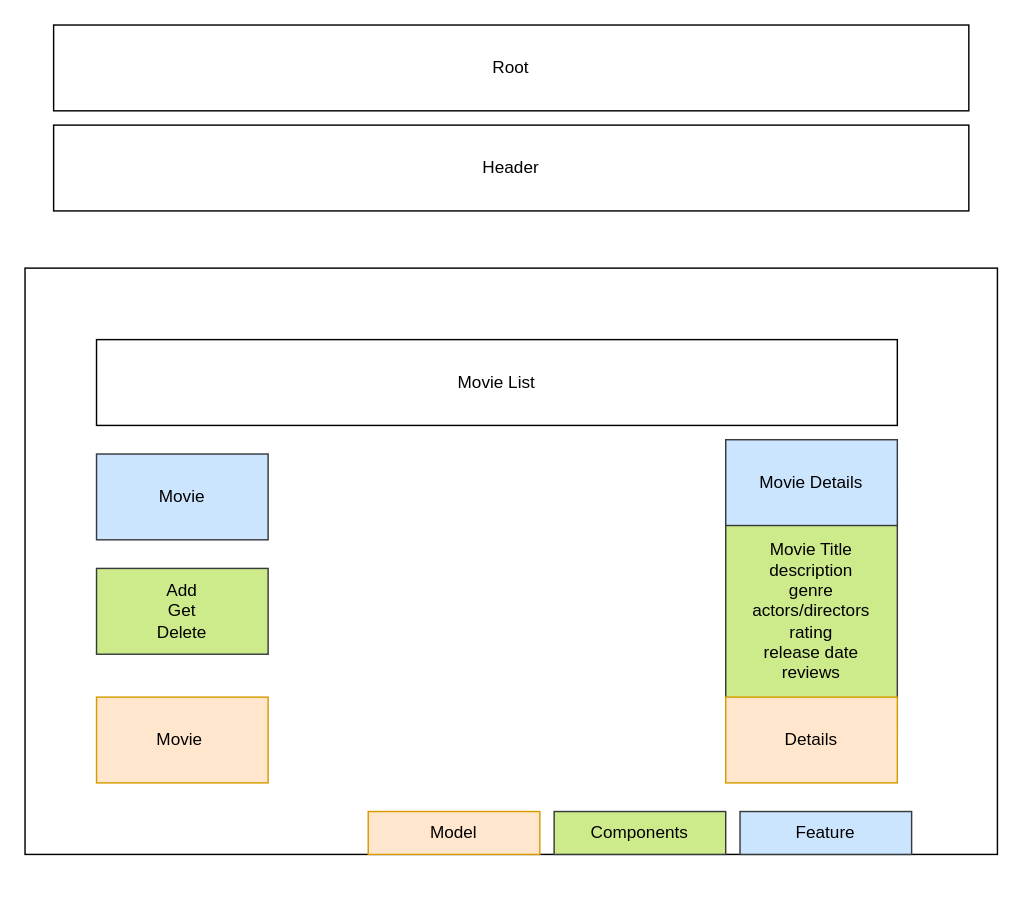
The draw.io diagram Untitled Diagram.drawio in HCH270/movie-app-diagram-5.6.21, before the edit. Source tidied: cells renumbered, new cells numbered last; positions are measured from the earlier drawing's top-left corner, leaving out a move shared by most shapes. Both pictures are drawn from the tidied source at 143%, with x=0, y=0 at pixel (24, 24).
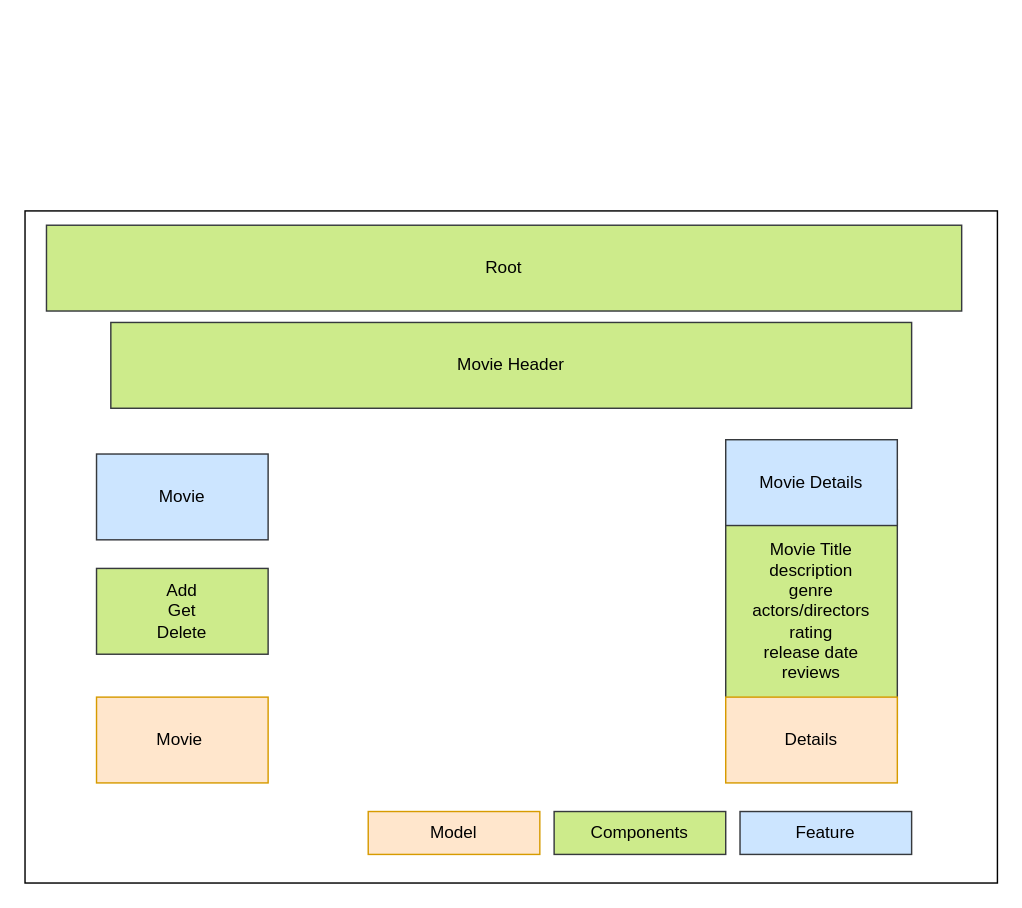
After the change.

What changed in the source:
```diff
@@
 <mxGraphModel>
   <root>
     <mxCell id="0" />
     <mxCell id="1" parent="0" />
-    <mxCell id="2" value="Root" style="rounded=0;whiteSpace=wrap;html=1;" parent="1" vertex="1">
-      <mxGeometry x="20" width="640" height="60" as="geometry" />
-    </mxCell>
     <mxCell id="3" style="rounded=0;whiteSpace=wrap;html=1;" parent="1" vertex="1">
       <mxGeometry x="270" y="250" width="120" height="60" as="geometry" />
     </mxCell>
     <mxCell id="4" style="rounded=0;whiteSpace=wrap;html=1;" parent="1" vertex="1">
-      <mxGeometry y="170" width="680" height="410" as="geometry" />
+      <mxGeometry y="130" width="680" height="470" as="geometry" />
     </mxCell>
-    <mxCell id="5" value="Movie List" style="rounded=0;whiteSpace=wrap;html=1;" parent="1" vertex="1">
-      <mxGeometry x="50" y="220" width="560" height="60" as="geometry" />
+    <mxCell id="5" value="Movie Header" style="rounded=0;whiteSpace=wrap;html=1;fillColor=#cdeb8b;strokeColor=#36393d;" parent="1" vertex="1">
+      <mxGeometry x="60" y="208" width="560" height="60" as="geometry" />
     </mxCell>
-    <mxCell id="6" value="Header" style="rounded=0;whiteSpace=wrap;html=1;" parent="1" vertex="1">
-      <mxGeometry x="20" y="70" width="640" height="60" as="geometry" />
-    </mxCell>
     <mxCell id="7" value="Movie" style="rounded=0;whiteSpace=wrap;html=1;fillColor=#cce5ff;strokeColor=#36393d;" parent="1" vertex="1">
       <mxGeometry x="50" y="300" width="120" height="60" as="geometry" />
     </mxCell>
     <mxCell id="8" value="Add&lt;br&gt;Get&lt;br&gt;Delete&lt;br&gt;" style="rounded=0;whiteSpace=wrap;html=1;fillColor=#cdeb8b;strokeColor=#36393d;" parent="1" vertex="1">
       <mxGeometry x="50" y="380" width="120" height="60" as="geometry" />
     </mxCell>
     <mxCell id="9" value="Movie Title&lt;br&gt;description&lt;br&gt;genre&lt;br&gt;actors/directors&lt;br&gt;rating&lt;br&gt;release date&lt;br&gt;reviews" style="rounded=0;whiteSpace=wrap;html=1;fillColor=#cdeb8b;strokeColor=#36393d;" parent="1" vertex="1">
       <mxGeometry x="490" y="325" width="120" height="170" as="geometry" />
     </mxCell>
     <mxCell id="10" value="Movie Details" style="rounded=0;whiteSpace=wrap;html=1;fillColor=#cce5ff;strokeColor=#36393d;" parent="1" vertex="1">
       <mxGeometry x="490" y="290" width="120" height="60" as="geometry" />
     </mxCell>
     <mxCell id="11" value="Movie&amp;nbsp;" style="rounded=0;whiteSpace=wrap;html=1;fillColor=#ffe6cc;strokeColor=#d79b00;" parent="1" vertex="1">
       <mxGeometry x="50" y="470" width="120" height="60" as="geometry" />
     </mxCell>
     <mxCell id="12" value="Details" style="rounded=0;whiteSpace=wrap;html=1;fillColor=#ffe6cc;strokeColor=#d79b00;" parent="1" vertex="1">
       <mxGeometry x="490" y="470" width="120" height="60" as="geometry" />
     </mxCell>
     <mxCell id="13" value="Model" style="rounded=0;whiteSpace=wrap;html=1;fillColor=#ffe6cc;strokeColor=#d79b00;" parent="1" vertex="1">
       <mxGeometry x="240" y="550" width="120" height="30" as="geometry" />
     </mxCell>
     <mxCell id="14" value="Components" style="rounded=0;whiteSpace=wrap;html=1;fillColor=#cdeb8b;strokeColor=#36393d;" parent="1" vertex="1">
       <mxGeometry x="370" y="550" width="120" height="30" as="geometry" />
     </mxCell>
     <mxCell id="15" value="Feature" style="rounded=0;whiteSpace=wrap;html=1;fillColor=#cce5ff;strokeColor=#36393d;" parent="1" vertex="1">
       <mxGeometry x="500" y="550" width="120" height="30" as="geometry" />
     </mxCell>
+    <mxCell id="2" value="Root" style="rounded=0;whiteSpace=wrap;html=1;fillColor=#cdeb8b;strokeColor=#36393d;" parent="1" vertex="1">
+      <mxGeometry x="15" y="140" width="640" height="60" as="geometry" />
+    </mxCell>
   </root>
 </mxGraphModel>
```
